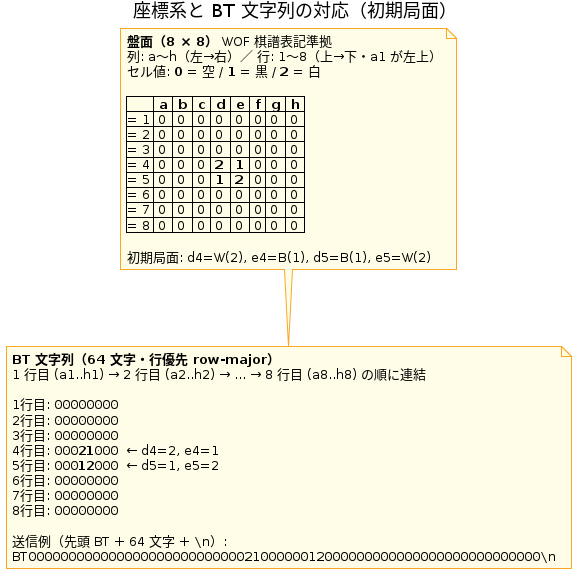
Above: doc/reversi/61-board-coord.png in tommie-jp/tommie-chat (PlantUML), before the change. Its source is kept beside it as doc/reversi/61-board-coord.puml. Its diagram source:
```plantuml
@startuml 61-board-coord
title 座標系と BT 文字列の対応（初期局面）

skinparam shadowing false
skinparam noteBackgroundColor #FFFDE7
skinparam noteBorderColor #F9A825

note as Board
  **盤面（8 × 8）** WOF 棋譜表記準拠
  列: a〜h（左→右）／ 行: 1〜8（上→下・a1 が左上）
  セル値: **0** = 空 / **1** = 黒 / **2** = 白

  |   |= a |= b |= c |= d |= e |= f |= g |= h |
  |= 1 | 0 | 0 | 0 | 0 | 0 | 0 | 0 | 0 |
  |= 2 | 0 | 0 | 0 | 0 | 0 | 0 | 0 | 0 |
  |= 3 | 0 | 0 | 0 | 0 | 0 | 0 | 0 | 0 |
  |= 4 | 0 | 0 | 0 | **2** | **1** | 0 | 0 | 0 |
  |= 5 | 0 | 0 | 0 | **1** | **2** | 0 | 0 | 0 |
  |= 6 | 0 | 0 | 0 | 0 | 0 | 0 | 0 | 0 |
  |= 7 | 0 | 0 | 0 | 0 | 0 | 0 | 0 | 0 |
  |= 8 | 0 | 0 | 0 | 0 | 0 | 0 | 0 | 0 |

  初期局面: d4=W(2), e4=B(1), d5=B(1), e5=W(2)
end note

note as BT
  **BT 文字列（64 文字・行優先 row-major）**
  1 行目 (a1..h1) → 2 行目 (a2..h2) → ... → 8 行目 (a8..h8) の順に連結

  1行目: ""00000000""
  2行目: ""00000000""
  3行目: ""00000000""
  4行目: ""000<b>21</b>000""  ← d4=2, e4=1
  5行目: ""000<b>12</b>000""  ← d5=1, e5=2
  6行目: ""00000000""
  7行目: ""00000000""
  8行目: ""00000000""

  送信例（先頭 ""BT"" + 64 文字 + ""\n""）:
  ""BT0000000000000000000000000002100000012000000000000000000000000000\n""
end note

Board -down-> BT : 行優先で連結

@enduml
```
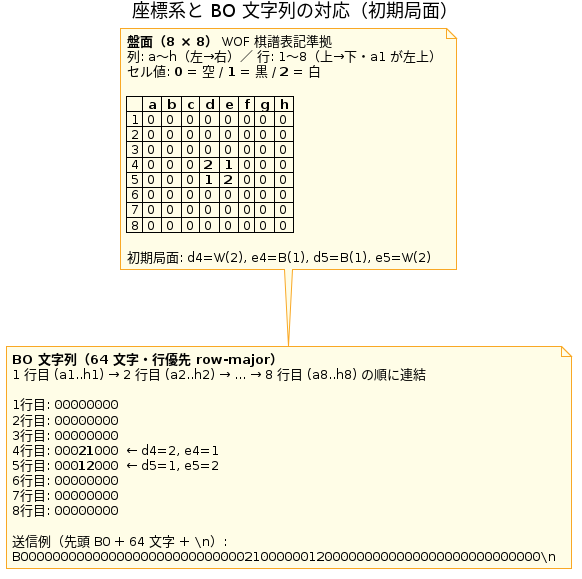
After the change.

Change to the diagram source:
```diff
@@ -1,5 +1,5 @@
 @startuml 61-board-coord
-title 座標系と BT 文字列の対応（初期局面）
+title 座標系と BO 文字列の対応（初期局面）
 
 skinparam shadowing false
 skinparam noteBackgroundColor #FFFDE7
@@ -11,20 +11,20 @@
   セル値: **0** = 空 / **1** = 黒 / **2** = 白
 
   |   |= a |= b |= c |= d |= e |= f |= g |= h |
-  |= 1 | 0 | 0 | 0 | 0 | 0 | 0 | 0 | 0 |
-  |= 2 | 0 | 0 | 0 | 0 | 0 | 0 | 0 | 0 |
-  |= 3 | 0 | 0 | 0 | 0 | 0 | 0 | 0 | 0 |
-  |= 4 | 0 | 0 | 0 | **2** | **1** | 0 | 0 | 0 |
-  |= 5 | 0 | 0 | 0 | **1** | **2** | 0 | 0 | 0 |
-  |= 6 | 0 | 0 | 0 | 0 | 0 | 0 | 0 | 0 |
-  |= 7 | 0 | 0 | 0 | 0 | 0 | 0 | 0 | 0 |
-  |= 8 | 0 | 0 | 0 | 0 | 0 | 0 | 0 | 0 |
+  | 1 | 0 | 0 | 0 | 0 | 0 | 0 | 0 | 0 |
+  | 2 | 0 | 0 | 0 | 0 | 0 | 0 | 0 | 0 |
+  | 3 | 0 | 0 | 0 | 0 | 0 | 0 | 0 | 0 |
+  | 4 | 0 | 0 | 0 | **2** | **1** | 0 | 0 | 0 |
+  | 5 | 0 | 0 | 0 | **1** | **2** | 0 | 0 | 0 |
+  | 6 | 0 | 0 | 0 | 0 | 0 | 0 | 0 | 0 |
+  | 7 | 0 | 0 | 0 | 0 | 0 | 0 | 0 | 0 |
+  | 8 | 0 | 0 | 0 | 0 | 0 | 0 | 0 | 0 |
 
   初期局面: d4=W(2), e4=B(1), d5=B(1), e5=W(2)
 end note
 
-note as BT
-  **BT 文字列（64 文字・行優先 row-major）**
+note as BO
+  **BO 文字列（64 文字・行優先 row-major）**
   1 行目 (a1..h1) → 2 行目 (a2..h2) → ... → 8 行目 (a8..h8) の順に連結
 
   1行目: ""00000000""
@@ -36,10 +36,10 @@
   7行目: ""00000000""
   8行目: ""00000000""
 
-  送信例（先頭 ""BT"" + 64 文字 + ""\n""）:
-  ""BT0000000000000000000000000002100000012000000000000000000000000000\n""
+  送信例（先頭 ""BO"" + 64 文字 + ""\n""）:
+  ""BO0000000000000000000000000002100000012000000000000000000000000000\n""
 end note
 
-Board -down-> BT : 行優先で連結
+Board -down-> BO : 行優先で連結
 
 @enduml
```
